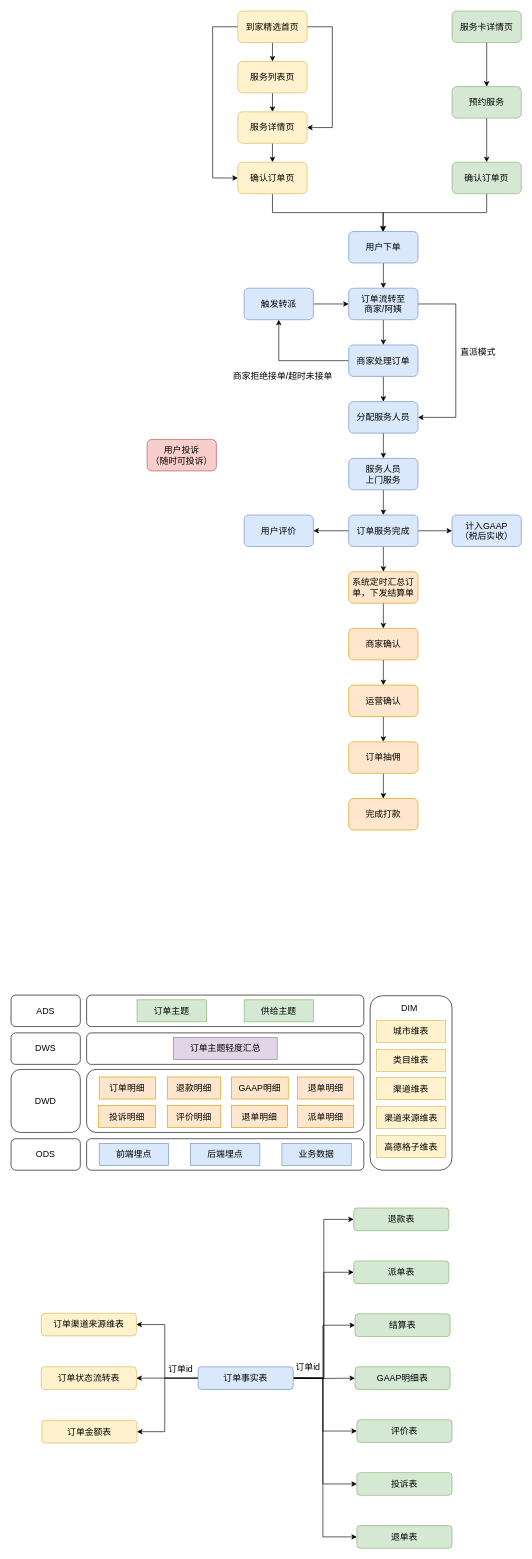
The draw.io diagram page "家政交易侧业务流程" (3 of 3) of Untitled Diagram.drawio in chihiro-qx/hello-world, before the edit. Source tidied: cells renumbered, new cells numbered last; positions are measured from the earlier drawing's top-left corner, leaving out a move shared by most shapes. Both pictures are drawn from the tidied source at 63%, with x=0, y=0 at pixel (11, 11).
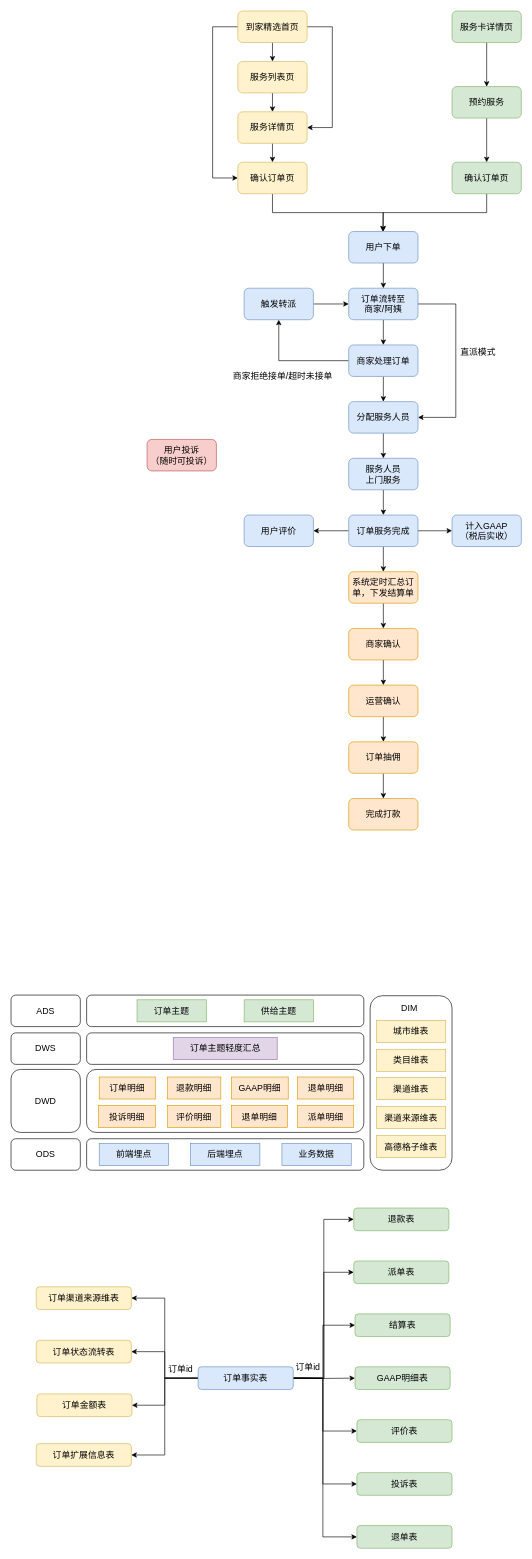
The same page after the edit.

Unchanged cells that the change refers to:
```xml
<mxCell id="85" value="订单事实表" style="rounded=1;whiteSpace=wrap;html=1;fontSize=14;fillColor=#dae8fc;strokeColor=#6c8ebf;" parent="1" vertex="1">
  <mxGeometry x="297" y="2152" width="151" height="36" as="geometry" />
</mxCell>
```

The edit, as a diff of the source:
```diff
@@
     <mxCell id="72" value="订单渠道来源维表" style="rounded=1;whiteSpace=wrap;html=1;fontSize=14;fillColor=#fff2cc;strokeColor=#d6b656;" parent="1" vertex="1">
-      <mxGeometry x="48" y="2067" width="151" height="36" as="geometry" />
+      <mxGeometry x="40" y="2025" width="151" height="36" as="geometry" />
     </mxCell>
     <mxCell id="73" value="订单状态流转表" style="rounded=1;whiteSpace=wrap;html=1;fontSize=14;fillColor=#fff2cc;strokeColor=#d6b656;" parent="1" vertex="1">
-      <mxGeometry x="48" y="2152" width="151" height="36" as="geometry" />
+      <mxGeometry x="40" y="2110" width="151" height="36" as="geometry" />
     </mxCell>
     <mxCell id="74" value="订单金额表" style="rounded=1;whiteSpace=wrap;html=1;fontSize=14;fillColor=#fff2cc;strokeColor=#d6b656;" parent="1" vertex="1">
-      <mxGeometry x="49" y="2237" width="151" height="36" as="geometry" />
+      <mxGeometry x="41" y="2195" width="151" height="36" as="geometry" />
     </mxCell>
     <mxCell id="75" style="edgeStyle=orthogonalEdgeStyle;rounded=0;jettySize=auto;html=1;exitX=0;exitY=0.5;exitDx=0;exitDy=0;entryX=1;entryY=0.5;entryDx=0;entryDy=0;fontSize=14;fontColor=default;" parent="1" edge="1" source="85" target="72">
       <mxGeometry relative="1" as="geometry">
         <Array as="points">
           <mxPoint x="244" y="2170" />
-          <mxPoint x="244" y="2085" />
+          <mxPoint x="244" y="2043" />
         </Array>
       </mxGeometry>
     </mxCell>
@@
     <mxCell id="77" style="edgeStyle=orthogonalEdgeStyle;rounded=0;jettySize=auto;html=1;exitX=0;exitY=0.5;exitDx=0;exitDy=0;entryX=1;entryY=0.5;entryDx=0;entryDy=0;fontSize=14;fontColor=default;" parent="1" edge="1" source="85" target="74">
       <mxGeometry relative="1" as="geometry">
         <Array as="points">
           <mxPoint x="244" y="2170" />
-          <mxPoint x="244" y="2255" />
+          <mxPoint x="244" y="2213" />
         </Array>
       </mxGeometry>
     </mxCell>
@@
+    <mxCell id="102" style="edgeStyle=orthogonalEdgeStyle;rounded=0;jettySize=auto;html=1;exitX=0;exitY=0.5;exitDx=0;exitDy=0;entryX=1;entryY=0.5;entryDx=0;entryDy=0;" parent="1" edge="1" source="85" target="103">
+      <mxGeometry relative="1" as="geometry" />
+    </mxCell>
@@
+    <mxCell id="103" value="订单扩展信息表" style="rounded=1;whiteSpace=wrap;html=1;fontSize=14;fillColor=#fff2cc;strokeColor=#d6b656;" parent="1" vertex="1">
+      <mxGeometry x="40" y="2274" width="151" height="36" as="geometry" />
+    </mxCell>
```
